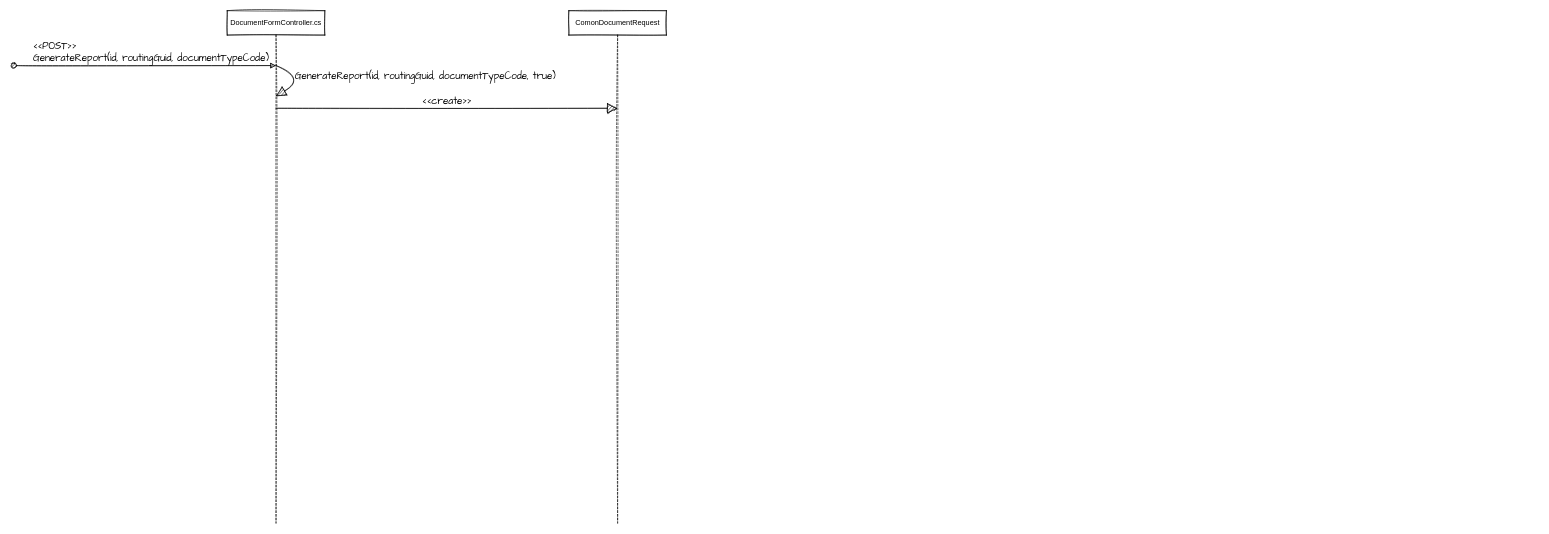
This is portal/App_Code/CS_Code/Controllers/DocumentFormController.cs/GenerateReport().drawio from davyd0ff/so-line-grls, a draw.io file, before an edit. Source tidied: cells renumbered, new cells numbered last; positions are measured from the earlier drawing's top-left corner, leaving out a move shared by most shapes. Both pictures are drawn from the tidied source at 61%, with x=0, y=0 at pixel (13, 10).
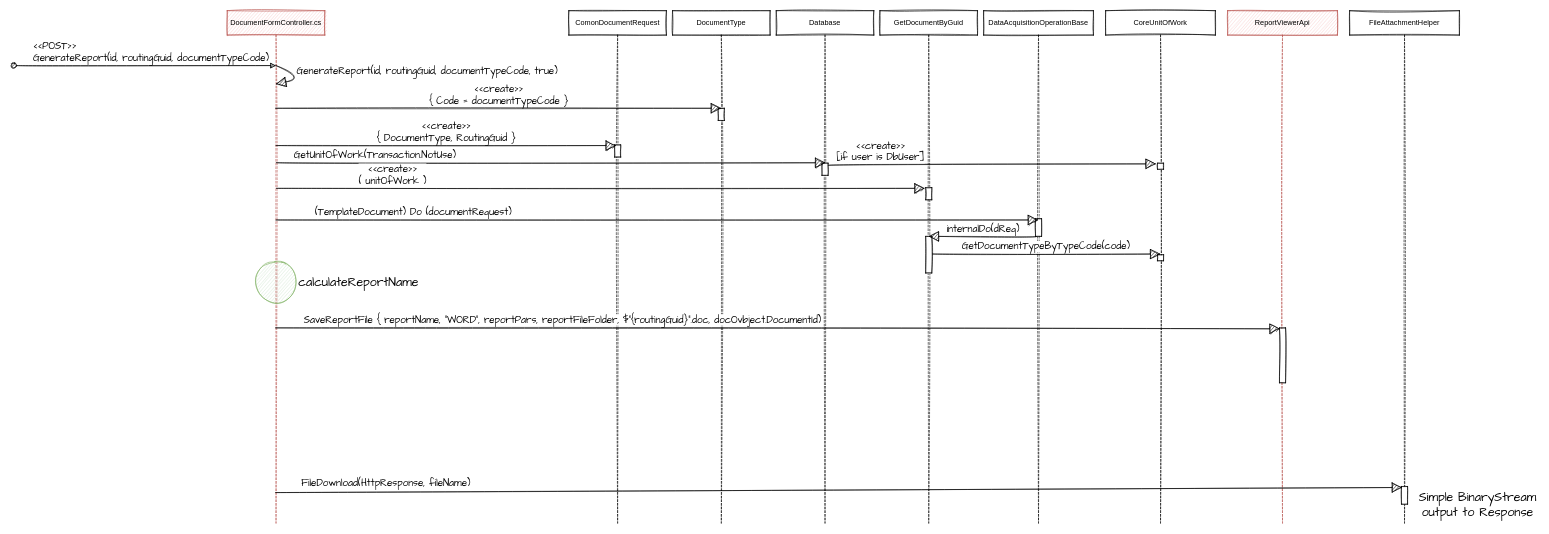
After the change.

Unchanged cells that the change refers to:
```xml
<mxCell id="5" value="ComonDocumentRequest" style="shape=umlLifeline;perimeter=lifelinePerimeter;whiteSpace=wrap;html=1;sketch=1;" parent="1" vertex="1">
  <mxGeometry x="910" width="160" height="840" as="geometry" />
</mxCell>
```

What changed in the source:
```diff
@@
-    <mxCell id="2" value="DocumentFormController.cs" style="shape=umlLifeline;perimeter=lifelinePerimeter;whiteSpace=wrap;html=1;outlineConnect=0;sketch=1;" parent="1" vertex="1">
+    <mxCell id="2" value="DocumentFormController.cs" style="shape=umlLifeline;perimeter=lifelinePerimeter;whiteSpace=wrap;html=1;outlineConnect=0;sketch=1;fillColor=#f8cecc;strokeColor=#b85450;" parent="1" vertex="1">
       <mxGeometry x="350" width="160" height="840" as="geometry" />
     </mxCell>
@@
     <mxCell id="4" value="GenerateReport(id, routingGuid, documentTypeCode, true)" style="html=1;verticalAlign=bottom;endArrow=block;rounded=0;sketch=1;hachureGap=4;fontFamily=Architects Daughter;fontSize=16;startSize=14;endSize=14;sourcePerimeterSpacing=8;targetPerimeterSpacing=8;curved=1;align=left;" parent="2" edge="1" target="2">
       <mxGeometry x="0.36" y="-2" relative="1" as="geometry">
         <mxPoint x="80" y="90" as="sourcePoint" />
         <Array as="points">
           <mxPoint x="130" y="110" />
-          <mxPoint x="80" y="140" />
+          <mxPoint x="80" y="120" />
         </Array>
       </mxGeometry>
     </mxCell>
+    <mxCell id="7" value="calculateReportName" style="ellipse;whiteSpace=wrap;html=1;sketch=1;hachureGap=4;fontFamily=Architects Daughter;fontSize=20;align=left;verticalAlign=middle;labelPosition=right;verticalLabelPosition=middle;fillColor=#d5e8d4;strokeColor=#82b366;" parent="2" vertex="1">
+      <mxGeometry x="45" y="410" width="70" height="70" as="geometry" />
+    </mxCell>
@@
+    <mxCell id="8" style="html=1;points=[];perimeter=orthogonalPerimeter;sketch=1;hachureGap=4;fontFamily=Architects Daughter;fontSize=20;" parent="5" vertex="1">
+      <mxGeometry x="75" y="220" width="10" height="20" as="geometry" />
+    </mxCell>
-    <mxCell id="6" value="&amp;lt;&amp;lt;create&amp;gt;&amp;gt;" style="html=1;verticalAlign=bottom;endArrow=block;rounded=0;sketch=1;hachureGap=4;fontFamily=Architects Daughter;fontSize=16;startSize=14;endSize=14;sourcePerimeterSpacing=8;targetPerimeterSpacing=8;curved=1;" parent="1" edge="1">
-      <mxGeometry relative="1" as="geometry">
-        <mxPoint x="429.5" y="160" as="sourcePoint" />
-        <mxPoint x="989.5" y="160" as="targetPoint" />
-      </mxGeometry>
+    <mxCell id="6" value="&amp;lt;&amp;lt;create&amp;gt;&amp;gt;&lt;br&gt;{ DocumentType, RoutingGuid }" style="html=1;verticalAlign=bottom;endArrow=block;rounded=0;sketch=1;hachureGap=4;fontFamily=Architects Daughter;fontSize=16;startSize=14;endSize=14;sourcePerimeterSpacing=8;targetPerimeterSpacing=8;curved=1;entryX=0.215;entryY=0.056;entryDx=0;entryDy=0;entryPerimeter=0;" parent="1" edge="1" source="2" target="8">
+      <mxGeometry relative="1" as="geometry" />
     </mxCell>
+    <mxCell id="9" value="GetUnitOfWork(Transaction.NotUse)" style="html=1;verticalAlign=bottom;endArrow=block;rounded=0;sketch=1;hachureGap=4;fontFamily=Architects Daughter;fontSize=16;startSize=14;endSize=14;sourcePerimeterSpacing=8;targetPerimeterSpacing=8;curved=1;entryX=0.533;entryY=-0.033;entryDx=0;entryDy=0;entryPerimeter=0;" parent="1" edge="1" source="2" target="14">
+      <mxGeometry x="-0.64" relative="1" as="geometry" />
+    </mxCell>
+    <mxCell id="10" value="DocumentType" style="shape=umlLifeline;perimeter=lifelinePerimeter;whiteSpace=wrap;html=1;outlineConnect=0;sketch=1;" parent="1" vertex="1">
+      <mxGeometry x="1080" width="160" height="840" as="geometry" />
+    </mxCell>
+    <mxCell id="11" style="html=1;perimeter=orthogonalPerimeter;sketch=1;hachureGap=4;fontFamily=Architects Daughter;fontSize=20;" parent="10" vertex="1">
+      <mxGeometry x="75" y="160" width="10" height="20" as="geometry" />
+    </mxCell>
+    <mxCell id="12" value="&amp;lt;&amp;lt;create&amp;gt;&amp;gt;&lt;br&gt;{ Code = documentTypeCode }" style="html=1;verticalAlign=bottom;endArrow=block;rounded=0;sketch=1;hachureGap=4;fontFamily=Architects Daughter;fontSize=16;startSize=14;endSize=14;sourcePerimeterSpacing=8;targetPerimeterSpacing=8;curved=1;" parent="1" edge="1" source="2" target="10">
+      <mxGeometry relative="1" as="geometry">
+        <Array as="points">
+          <mxPoint x="620" y="160" />
+        </Array>
+      </mxGeometry>
+    </mxCell>
+    <mxCell id="13" value="Database" style="shape=umlLifeline;perimeter=lifelinePerimeter;whiteSpace=wrap;html=1;sketch=1;" parent="1" vertex="1">
+      <mxGeometry x="1250" width="160" height="840" as="geometry" />
+    </mxCell>
+    <mxCell id="14" style="html=1;points=[];perimeter=orthogonalPerimeter;sketch=1;hachureGap=4;fontFamily=Architects Daughter;fontSize=20;" parent="13" vertex="1">
+      <mxGeometry x="75" y="250" width="10" height="20" as="geometry" />
+    </mxCell>
+    <mxCell id="15" value="GetDocumentByGuid" style="shape=umlLifeline;perimeter=lifelinePerimeter;whiteSpace=wrap;html=1;sketch=1;" parent="1" vertex="1">
+      <mxGeometry x="1420" width="160" height="840" as="geometry" />
+    </mxCell>
+    <mxCell id="16" style="html=1;points=[];perimeter=orthogonalPerimeter;sketch=1;hachureGap=4;fontFamily=Architects Daughter;fontSize=20;" parent="15" vertex="1">
+      <mxGeometry x="75" y="290" width="10" height="20" as="geometry" />
+    </mxCell>
+    <mxCell id="17" style="html=1;points=[];perimeter=orthogonalPerimeter;sketch=1;hachureGap=4;fontFamily=Architects Daughter;fontSize=20;" parent="15" vertex="1">
+      <mxGeometry x="75" y="370" width="10" height="60" as="geometry" />
+    </mxCell>
+    <mxCell id="18" value="&amp;lt;&amp;lt;create&amp;gt;&amp;gt;&lt;br&gt;( unitOfWork )" style="html=1;verticalAlign=bottom;endArrow=block;rounded=0;sketch=1;hachureGap=4;fontFamily=Architects Daughter;fontSize=16;startSize=14;endSize=14;sourcePerimeterSpacing=8;targetPerimeterSpacing=8;curved=1;entryX=-0.178;entryY=0.064;entryDx=0;entryDy=0;entryPerimeter=0;" parent="1" edge="1" source="2" target="16">
+      <mxGeometry x="-0.64" relative="1" as="geometry" />
+    </mxCell>
+    <mxCell id="19" value="DataAcquisitionOperationBase" style="shape=umlLifeline;perimeter=lifelinePerimeter;whiteSpace=wrap;html=1;sketch=1;" parent="1" vertex="1">
+      <mxGeometry x="1590" width="180" height="840" as="geometry" />
+    </mxCell>
+    <mxCell id="20" style="html=1;points=[];perimeter=orthogonalPerimeter;sketch=1;hachureGap=4;fontFamily=Architects Daughter;fontSize=20;" parent="19" vertex="1">
+      <mxGeometry x="85" y="341" width="10" height="29" as="geometry" />
+    </mxCell>
+    <mxCell id="21" value="(TemplateDocument) Do (documentRequest)" style="html=1;verticalAlign=bottom;endArrow=block;rounded=0;sketch=1;hachureGap=4;fontFamily=Architects Daughter;fontSize=16;startSize=14;endSize=14;sourcePerimeterSpacing=8;targetPerimeterSpacing=8;curved=1;entryX=0.415;entryY=0.073;entryDx=0;entryDy=0;entryPerimeter=0;" parent="1" edge="1" source="2" target="20">
+      <mxGeometry x="-0.64" relative="1" as="geometry" />
+    </mxCell>
+    <mxCell id="22" value="internalDo(dReq)" style="html=1;verticalAlign=bottom;endArrow=block;rounded=0;sketch=1;hachureGap=4;fontFamily=Architects Daughter;fontSize=16;startSize=14;endSize=14;sourcePerimeterSpacing=8;targetPerimeterSpacing=8;curved=1;exitX=0.167;exitY=1.02;exitDx=0;exitDy=0;exitPerimeter=0;entryX=0.5;entryY=0;entryDx=0;entryDy=0;entryPerimeter=0;" parent="1" edge="1" source="20" target="17">
+      <mxGeometry relative="1" as="geometry" />
+    </mxCell>
+    <mxCell id="23" value="CoreUnitOfWork" style="shape=umlLifeline;perimeter=lifelinePerimeter;whiteSpace=wrap;html=1;outlineConnect=0;sketch=1;" parent="1" vertex="1">
+      <mxGeometry x="1790" width="180" height="840" as="geometry" />
+    </mxCell>
+    <mxCell id="24" style="html=1;points=[];perimeter=orthogonalPerimeter;sketch=1;hachureGap=4;fontFamily=Architects Daughter;fontSize=20;" parent="23" vertex="1">
+      <mxGeometry x="85" y="250" width="10" height="10" as="geometry" />
+    </mxCell>
+    <mxCell id="25" style="html=1;perimeter=orthogonalPerimeter;sketch=1;hachureGap=4;fontFamily=Architects Daughter;fontSize=20;" parent="23" vertex="1">
+      <mxGeometry x="85" y="400" width="10" height="10" as="geometry" />
+    </mxCell>
+    <mxCell id="26" value="&amp;lt;&amp;lt;create&amp;gt;&amp;gt;&lt;br&gt;[if user is DbUser]" style="html=1;verticalAlign=bottom;endArrow=block;rounded=0;sketch=1;hachureGap=4;fontFamily=Architects Daughter;fontSize=16;startSize=14;endSize=14;sourcePerimeterSpacing=8;targetPerimeterSpacing=8;curved=1;exitX=1.024;exitY=0.163;exitDx=0;exitDy=0;exitPerimeter=0;entryX=-0.275;entryY=0.113;entryDx=0;entryDy=0;entryPerimeter=0;" parent="1" edge="1" source="14" target="24">
+      <mxGeometry x="-0.68" relative="1" as="geometry" />
+    </mxCell>
+    <mxCell id="27" value="GetDocumentTypeByTypeCode(code)" style="html=1;verticalAlign=bottom;endArrow=block;rounded=0;sketch=1;hachureGap=4;fontFamily=Architects Daughter;fontSize=16;startSize=14;endSize=14;sourcePerimeterSpacing=8;targetPerimeterSpacing=8;curved=1;exitX=1.048;exitY=0.483;exitDx=0;exitDy=0;exitPerimeter=0;" parent="1" edge="1" source="17" target="23">
+      <mxGeometry relative="1" as="geometry" />
+    </mxCell>
+    <mxCell id="28" value="ReportViewerApi" style="shape=umlLifeline;perimeter=lifelinePerimeter;whiteSpace=wrap;html=1;sketch=1;fillColor=#f8cecc;strokeColor=#b85450;" parent="1" vertex="1">
+      <mxGeometry x="1990" width="180" height="840" as="geometry" />
+    </mxCell>
+    <mxCell id="29" style="html=1;points=[];perimeter=orthogonalPerimeter;sketch=1;hachureGap=4;fontFamily=Architects Daughter;fontSize=20;" parent="28" vertex="1">
+      <mxGeometry x="85" y="520" width="10" height="90" as="geometry" />
+    </mxCell>
+    <mxCell id="30" value="SaveReportFile { reportName, &quot;WORD&quot;, reportPars, reportFileFolder, $&quot;{routingGuid}&quot;.doc, docOvbject.DocumentId)" style="html=1;verticalAlign=bottom;endArrow=block;rounded=0;sketch=1;hachureGap=4;fontFamily=Architects Daughter;fontSize=16;startSize=14;endSize=14;sourcePerimeterSpacing=8;targetPerimeterSpacing=8;curved=1;entryX=0.041;entryY=0.017;entryDx=0;entryDy=0;entryPerimeter=0;align=left;spacing=5;" parent="1" edge="1" source="2" target="29">
+      <mxGeometry x="-0.95" y="-2" relative="1" as="geometry">
+        <Array as="points">
+          <mxPoint x="720" y="520" />
+        </Array>
+      </mxGeometry>
+    </mxCell>
+    <mxCell id="31" value="FileAttachmentHelper" style="shape=umlLifeline;perimeter=lifelinePerimeter;whiteSpace=wrap;html=1;sketch=1;" parent="1" vertex="1">
+      <mxGeometry x="2190" width="180" height="840" as="geometry" />
+    </mxCell>
+    <mxCell id="32" style="html=1;points=[];perimeter=orthogonalPerimeter;sketch=1;hachureGap=4;fontFamily=Architects Daughter;fontSize=20;" parent="31" vertex="1">
+      <mxGeometry x="85" y="780" width="10" height="29" as="geometry" />
+    </mxCell>
+    <mxCell id="33" value="FileDownload(HttpResponse, fileName)" style="html=1;verticalAlign=bottom;endArrow=block;rounded=0;sketch=1;hachureGap=4;fontFamily=Architects Daughter;fontSize=16;startSize=14;endSize=14;sourcePerimeterSpacing=8;targetPerimeterSpacing=8;curved=1;entryX=0.09;entryY=0.057;entryDx=0;entryDy=0;entryPerimeter=0;align=left;spacing=5;" parent="1" edge="1" source="2" target="32">
+      <mxGeometry x="-0.96" relative="1" as="geometry">
+        <Array as="points">
+          <mxPoint x="710" y="790" />
+        </Array>
+      </mxGeometry>
+    </mxCell>
+    <mxCell id="34" value="Simple BinaryStream output to Response" style="text;html=1;strokeColor=none;fillColor=none;align=center;verticalAlign=middle;whiteSpace=wrap;rounded=0;sketch=1;hachureGap=4;fontFamily=Architects Daughter;fontSize=20;" parent="1" vertex="1">
+      <mxGeometry x="2300" y="790" width="200" height="40" as="geometry" />
+    </mxCell>
```
